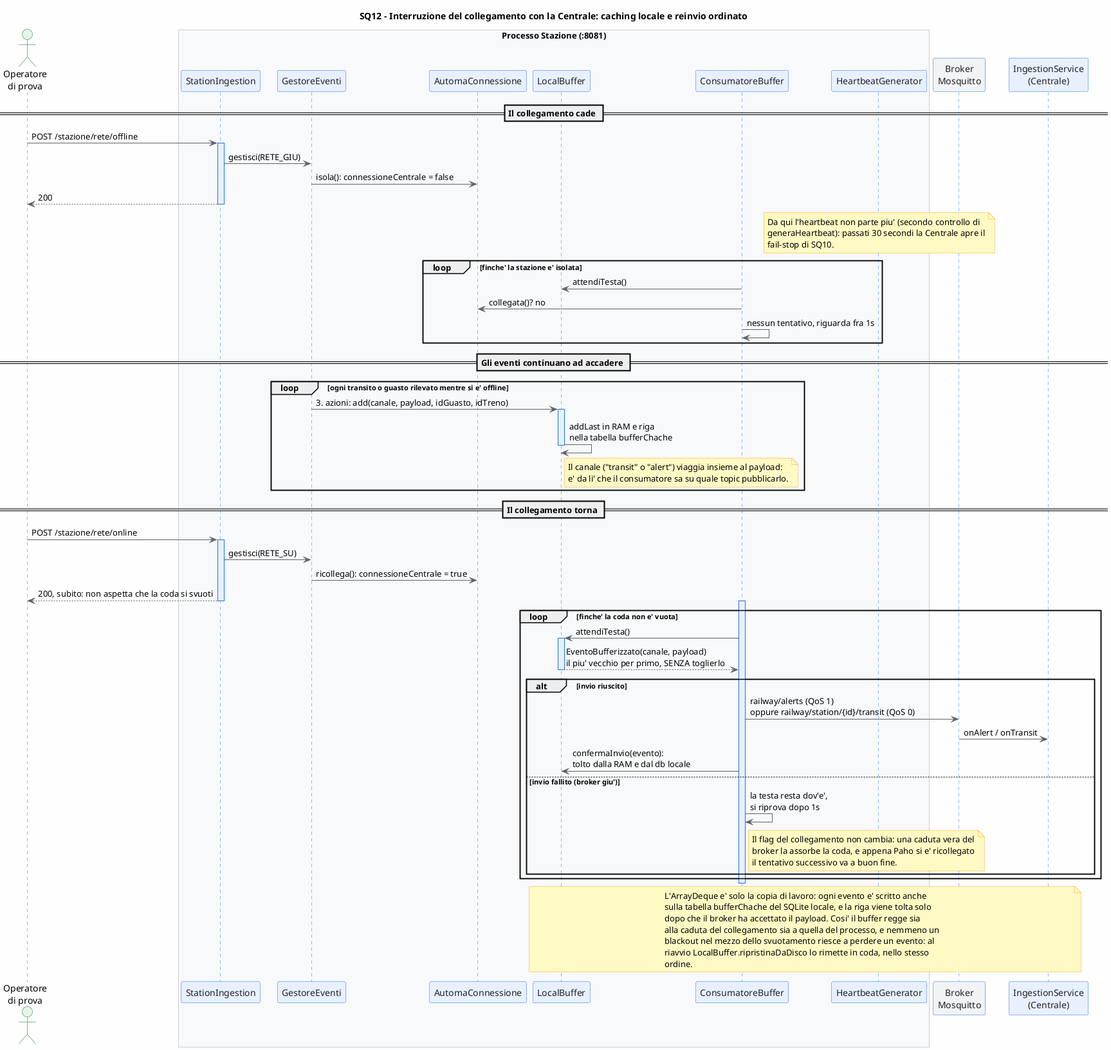
Above: doc/documentazioneFinale/immaginiDocumentazioneDelSistemaMonitoraggioEGestioneDelTrafficoFerroviario/sq_12_store_and_forward.png in mar-robba/PISSIR (PlantUML), before the change.
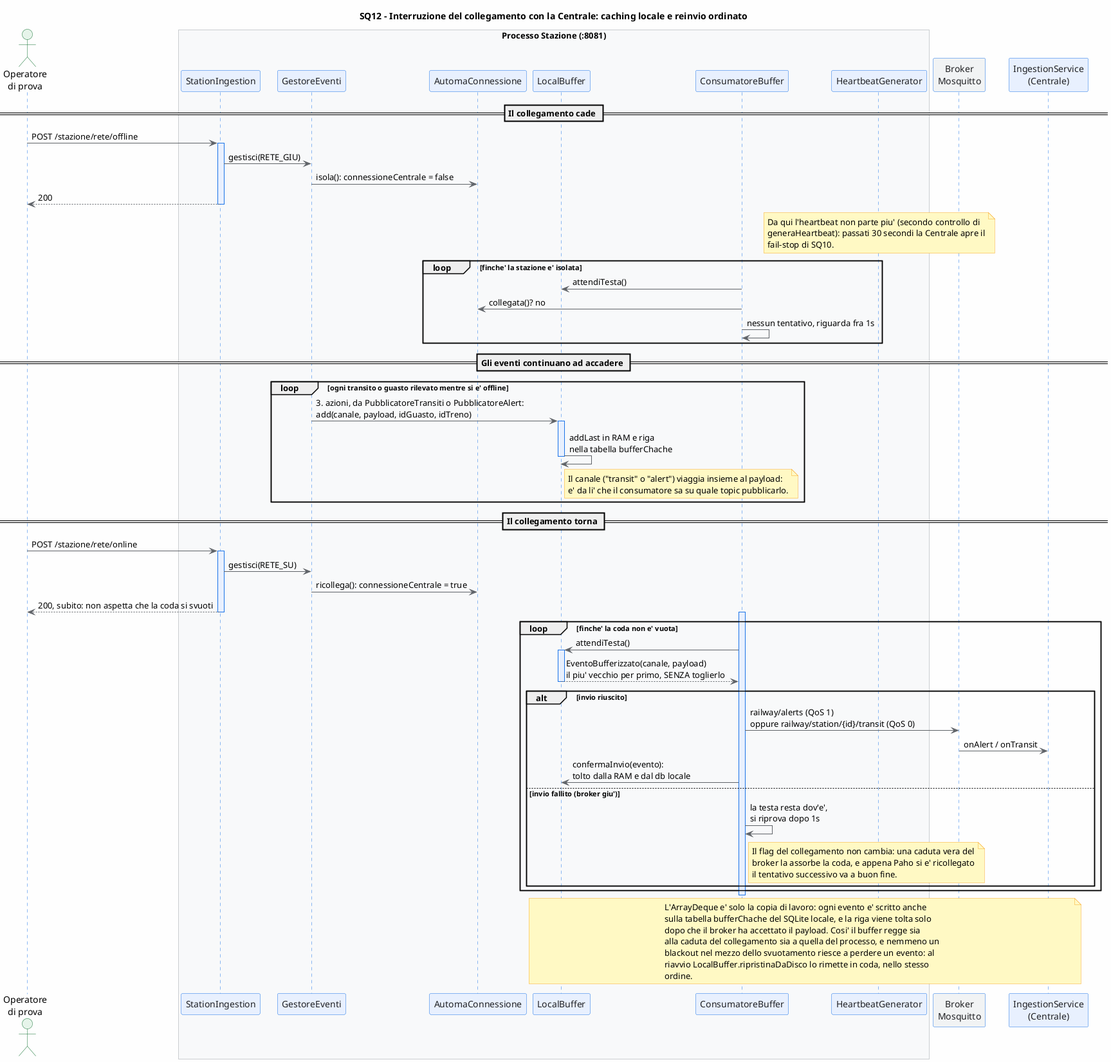
The same file after the commit.

What changed in the source:
```diff
@@ -57,7 +57,7 @@
 == Gli eventi continuano ad accadere ==
 
 loop ogni transito o guasto rilevato mentre si e' offline
-    GES -> BUF : 3. azioni: add(canale, payload, idGuasto, idTreno)
+    GES -> BUF : 3. azioni, da PubblicatoreTransiti o PubblicatoreAlert:\nadd(canale, payload, idGuasto, idTreno)
     activate BUF
     BUF -> BUF : addLast in RAM e riga\nnella tabella bufferChache
     deactivate BUF
```
